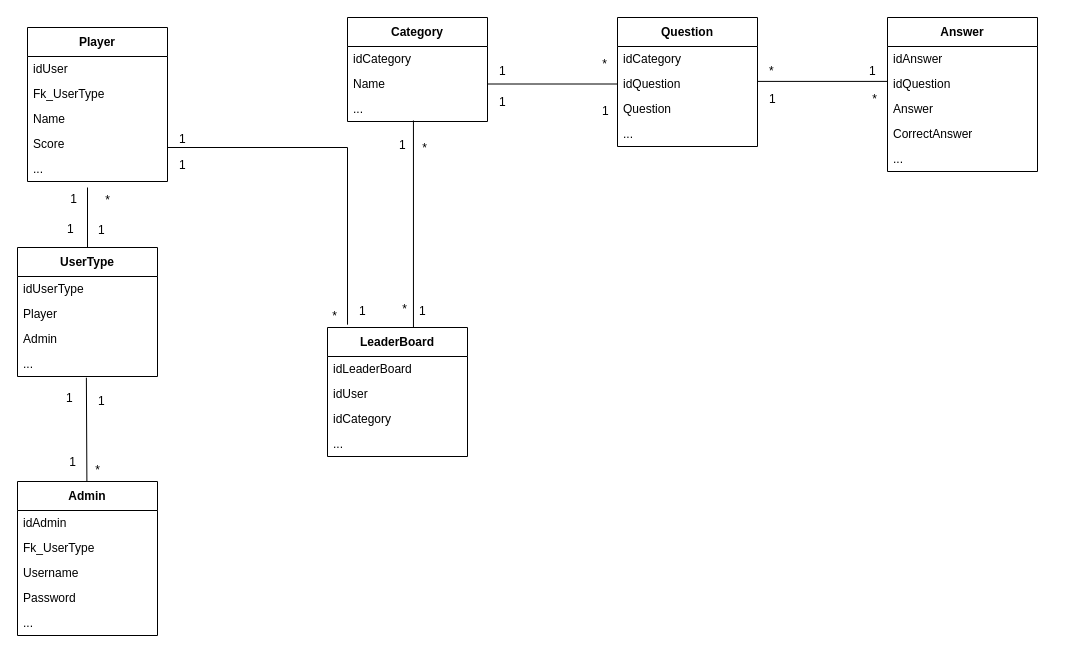
The draw.io diagram File/03MER.drawio in BACHILYEC/PROYECTO-FINAL-PROG-II, before the edit. Source tidied: cells renumbered, new cells numbered last; positions are measured from the earlier drawing's top-left corner, leaving out a move shared by most shapes. Both pictures are drawn from the tidied source at 100%, with x=0, y=0 at pixel (17, 17).
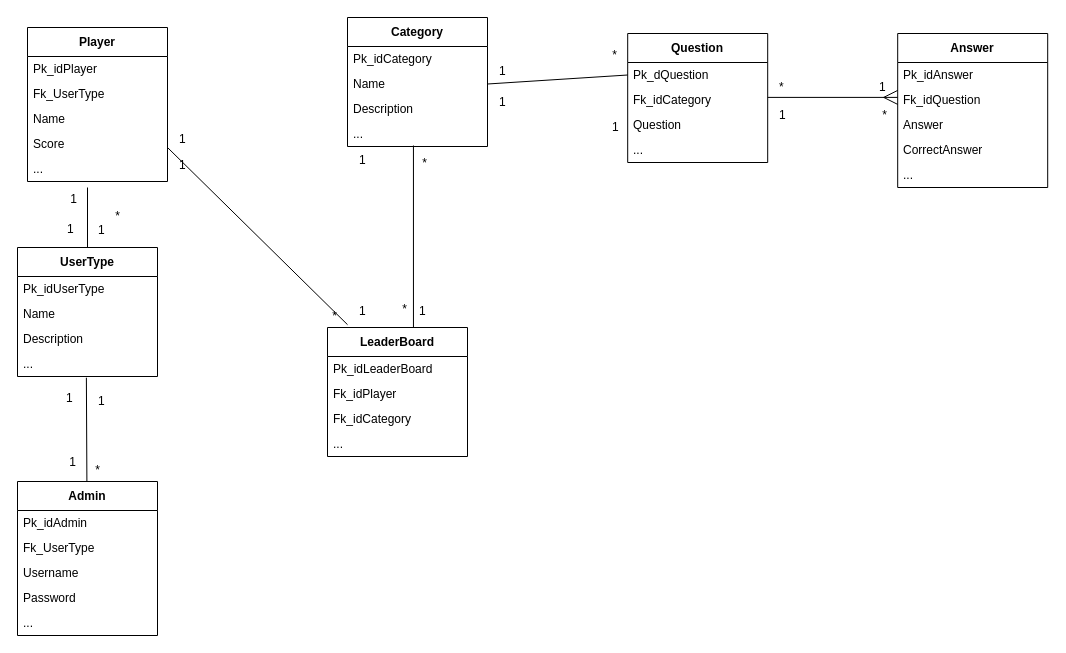
After the change.

Unchanged cells that the change refers to:
```xml
<mxCell id="2" value="Player" style="swimlane;fontStyle=1;align=center;verticalAlign=middle;horizontal=1;startSize=29;html=1;whiteSpace=wrap;" parent="1" vertex="1">
  <mxGeometry x="10" y="10" width="140" height="154" as="geometry" />
</mxCell>
<mxCell id="23" value="LeaderBoard" style="swimlane;fontStyle=1;align=center;verticalAlign=middle;horizontal=1;startSize=29;html=1;whiteSpace=wrap;" parent="1" vertex="1">
  <mxGeometry x="310" y="310" width="140" height="129" as="geometry" />
</mxCell>
<mxCell id="45" value="UserType" style="swimlane;fontStyle=1;align=center;verticalAlign=middle;horizontal=1;startSize=29;html=1;whiteSpace=wrap;" parent="1" vertex="1">
  <mxGeometry y="230" width="140" height="129" as="geometry" />
</mxCell>
<mxCell id="54" value="Admin" style="swimlane;fontStyle=1;align=center;verticalAlign=middle;horizontal=1;startSize=29;html=1;whiteSpace=wrap;" parent="1" vertex="1">
  <mxGeometry y="464" width="140" height="154" as="geometry" />
</mxCell>
```

What changed in the source:
```diff
@@
-    <mxCell id="3" value="&lt;div&gt;idUser&lt;/div&gt;" style="text;html=1;strokeColor=none;fillColor=none;align=left;verticalAlign=middle;spacingLeft=4;spacingRight=4;overflow=hidden;whiteSpace=wrap;" parent="2" vertex="1">
+    <mxCell id="3" value="&lt;div&gt;Pk_idPlayer&lt;/div&gt;" style="text;html=1;strokeColor=none;fillColor=none;align=left;verticalAlign=middle;spacingLeft=4;spacingRight=4;overflow=hidden;whiteSpace=wrap;" parent="2" vertex="1">
       <mxGeometry y="29" width="140" height="25" as="geometry" />
     </mxCell>
@@
     <mxCell id="8" value="Question" style="swimlane;fontStyle=1;align=center;verticalAlign=middle;horizontal=1;startSize=29;html=1;whiteSpace=wrap;" parent="1" vertex="1">
-      <mxGeometry x="600" width="140" height="129" as="geometry" />
+      <mxGeometry x="610.2" y="16" width="140" height="129" as="geometry" />
     </mxCell>
+    <mxCell id="10" value="Pk_dQuestion" style="text;html=1;strokeColor=none;fillColor=none;align=left;verticalAlign=middle;spacingLeft=4;spacingRight=4;overflow=hidden;points=[[0,0.5],[1,0.5]];portConstraint=eastwest;whiteSpace=wrap;" parent="8" vertex="1">
+      <mxGeometry y="29" width="140" height="25" as="geometry" />
+    </mxCell>
-    <mxCell id="9" value="idCategory" style="text;html=1;strokeColor=none;fillColor=none;align=left;verticalAlign=middle;spacingLeft=4;spacingRight=4;overflow=hidden;whiteSpace=wrap;" parent="8" vertex="1">
-      <mxGeometry y="29" width="140" height="25" as="geometry" />
+    <mxCell id="9" value="Fk_idCategory" style="text;html=1;strokeColor=none;fillColor=none;align=left;verticalAlign=middle;spacingLeft=4;spacingRight=4;overflow=hidden;whiteSpace=wrap;" parent="8" vertex="1">
+      <mxGeometry y="54" width="140" height="25" as="geometry" />
     </mxCell>
-    <mxCell id="10" value="idQuestion" style="text;html=1;strokeColor=none;fillColor=none;align=left;verticalAlign=middle;spacingLeft=4;spacingRight=4;overflow=hidden;points=[[0,0.5],[1,0.5]];portConstraint=eastwest;whiteSpace=wrap;" parent="8" vertex="1">
-      <mxGeometry y="54" width="140" height="25" as="geometry" />
-    </mxCell>
@@
     <mxCell id="13" value="Category" style="swimlane;fontStyle=1;align=center;verticalAlign=middle;horizontal=1;startSize=29;html=1;whiteSpace=wrap;" parent="1" vertex="1">
-      <mxGeometry x="330" width="140" height="104" as="geometry" />
+      <mxGeometry x="330" width="140" height="129" as="geometry" />
     </mxCell>
-    <mxCell id="14" value="idCategory" style="text;html=1;strokeColor=none;fillColor=none;align=left;verticalAlign=middle;spacingLeft=4;spacingRight=4;overflow=hidden;whiteSpace=wrap;" parent="13" vertex="1">
+    <mxCell id="14" value="Pk_idCategory" style="text;html=1;strokeColor=none;fillColor=none;align=left;verticalAlign=middle;spacingLeft=4;spacingRight=4;overflow=hidden;whiteSpace=wrap;" parent="13" vertex="1">
       <mxGeometry y="29" width="140" height="25" as="geometry" />
     </mxCell>
@@
+    <mxCell id="72" value="&lt;div&gt;Description&lt;/div&gt;" style="text;html=1;strokeColor=none;fillColor=none;align=left;verticalAlign=middle;spacingLeft=4;spacingRight=4;overflow=hidden;whiteSpace=wrap;" parent="13" vertex="1">
+      <mxGeometry y="79" width="140" height="25" as="geometry" />
+    </mxCell>
     <mxCell id="16" value="&lt;div&gt;...&lt;/div&gt;" style="text;html=1;strokeColor=none;fillColor=none;align=left;verticalAlign=middle;spacingLeft=4;spacingRight=4;overflow=hidden;points=[[0,0.5],[1,0.5]];portConstraint=eastwest;whiteSpace=wrap;" parent="13" vertex="1">
-      <mxGeometry y="79" width="140" height="25" as="geometry" />
+      <mxGeometry y="104" width="140" height="25" as="geometry" />
     </mxCell>
@@
     <mxCell id="22" value="1" style="html=1;align=left;verticalAlign=top;labelBackgroundColor=none;" parent="1" vertex="1">
-      <mxGeometry x="590" y="87" as="geometry">
+      <mxGeometry x="600.2" y="103" as="geometry">
         <mxPoint x="-7" y="-7" as="offset" />
       </mxGeometry>
     </mxCell>
@@
-    <mxCell id="24" value="&lt;div&gt;idLeaderBoard&lt;/div&gt;" style="text;html=1;strokeColor=none;fillColor=none;align=left;verticalAlign=middle;spacingLeft=4;spacingRight=4;overflow=hidden;whiteSpace=wrap;" parent="23" vertex="1">
+    <mxCell id="24" value="&lt;div&gt;Pk_idLeaderBoard&lt;/div&gt;" style="text;html=1;strokeColor=none;fillColor=none;align=left;verticalAlign=middle;spacingLeft=4;spacingRight=4;overflow=hidden;whiteSpace=wrap;" parent="23" vertex="1">
       <mxGeometry y="29" width="140" height="25" as="geometry" />
     </mxCell>
-    <mxCell id="25" value="&lt;div&gt;idUser&lt;/div&gt;" style="text;html=1;strokeColor=none;fillColor=none;align=left;verticalAlign=middle;spacingLeft=4;spacingRight=4;overflow=hidden;whiteSpace=wrap;" parent="23" vertex="1">
+    <mxCell id="25" value="&lt;div&gt;Fk_idPlayer&lt;/div&gt;" style="text;html=1;strokeColor=none;fillColor=none;align=left;verticalAlign=middle;spacingLeft=4;spacingRight=4;overflow=hidden;whiteSpace=wrap;" parent="23" vertex="1">
       <mxGeometry y="54" width="140" height="25" as="geometry" />
     </mxCell>
-    <mxCell id="26" value="idCategory" style="text;html=1;strokeColor=none;fillColor=none;align=left;verticalAlign=middle;spacingLeft=4;spacingRight=4;overflow=hidden;whiteSpace=wrap;" parent="23" vertex="1">
+    <mxCell id="26" value="Fk_idCategory" style="text;html=1;strokeColor=none;fillColor=none;align=left;verticalAlign=middle;spacingLeft=4;spacingRight=4;overflow=hidden;whiteSpace=wrap;" parent="23" vertex="1">
       <mxGeometry y="79" width="140" height="25" as="geometry" />
     </mxCell>
@@
     <mxCell id="28" style="endArrow=none;html=1;rounded=0;align=center;verticalAlign=top;endFill=0;labelBackgroundColor=none;entryX=0.143;entryY=-0.022;entryDx=0;entryDy=0;entryPerimeter=0;" parent="1" edge="1" target="23">
       <mxGeometry relative="1" as="geometry">
         <mxPoint x="150" y="130" as="sourcePoint" />
-        <Array as="points">
-          <mxPoint x="330" y="130" />
-        </Array>
       </mxGeometry>
     </mxCell>
@@
     <mxCell id="35" value="1" style="html=1;align=left;verticalAlign=top;labelBackgroundColor=none;" parent="1" vertex="1">
-      <mxGeometry x="380" y="114" as="geometry" />
+      <mxGeometry x="340" y="129" as="geometry" />
     </mxCell>
@@
     <mxCell id="38" value="*" style="html=1;align=right;verticalAlign=bottom;labelBackgroundColor=none;" parent="1" vertex="1">
-      <mxGeometry x="410" y="139" as="geometry" />
+      <mxGeometry x="410" y="154" as="geometry" />
     </mxCell>
     <mxCell id="39" value="Answer" style="swimlane;fontStyle=1;align=center;verticalAlign=middle;horizontal=1;startSize=29;html=1;whiteSpace=wrap;" parent="1" vertex="1">
-      <mxGeometry x="870" width="150" height="154" as="geometry" />
+      <mxGeometry x="880.2" y="16" width="150" height="154" as="geometry" />
     </mxCell>
-    <mxCell id="40" value="idAnswer" style="text;html=1;strokeColor=none;fillColor=none;align=left;verticalAlign=middle;spacingLeft=4;spacingRight=4;overflow=hidden;whiteSpace=wrap;" parent="39" vertex="1">
+    <mxCell id="40" value="Pk_idAnswer" style="text;html=1;strokeColor=none;fillColor=none;align=left;verticalAlign=middle;spacingLeft=4;spacingRight=4;overflow=hidden;whiteSpace=wrap;" parent="39" vertex="1">
       <mxGeometry y="29" width="150" height="25" as="geometry" />
     </mxCell>
-    <mxCell id="41" value="idQuestion" style="text;html=1;strokeColor=none;fillColor=none;align=left;verticalAlign=middle;spacingLeft=4;spacingRight=4;overflow=hidden;whiteSpace=wrap;" parent="39" vertex="1">
+    <mxCell id="41" value="&lt;span style=&quot;color: rgb(0, 0, 0);&quot;&gt;Fk_&lt;/span&gt;idQuestion" style="text;html=1;strokeColor=none;fillColor=none;align=left;verticalAlign=middle;spacingLeft=4;spacingRight=4;overflow=hidden;whiteSpace=wrap;" parent="39" vertex="1">
       <mxGeometry y="54" width="150" height="25" as="geometry" />
     </mxCell>
@@
-    <mxCell id="46" value="&lt;div&gt;id&lt;span style=&quot;color: rgb(0, 0, 0); text-align: center; background-color: transparent;&quot;&gt;UserType&lt;/span&gt;&lt;/div&gt;" style="text;html=1;strokeColor=none;fillColor=none;align=left;verticalAlign=middle;spacingLeft=4;spacingRight=4;overflow=hidden;whiteSpace=wrap;" parent="45" vertex="1">
+    <mxCell id="46" value="&lt;div&gt;Pk_id&lt;span style=&quot;color: rgb(0, 0, 0); text-align: center; background-color: transparent;&quot;&gt;UserType&lt;/span&gt;&lt;/div&gt;" style="text;html=1;strokeColor=none;fillColor=none;align=left;verticalAlign=middle;spacingLeft=4;spacingRight=4;overflow=hidden;whiteSpace=wrap;" parent="45" vertex="1">
       <mxGeometry y="29" width="140" height="25" as="geometry" />
     </mxCell>
-    <mxCell id="47" value="&lt;div&gt;Player&lt;/div&gt;" style="text;html=1;strokeColor=none;fillColor=none;align=left;verticalAlign=middle;spacingLeft=4;spacingRight=4;overflow=hidden;whiteSpace=wrap;" parent="45" vertex="1">
-      <mxGeometry y="54" width="140" height="25" as="geometry" />
-    </mxCell>
-    <mxCell id="48" value="Admin" style="text;html=1;strokeColor=none;fillColor=none;align=left;verticalAlign=middle;spacingLeft=4;spacingRight=4;overflow=hidden;whiteSpace=wrap;" parent="45" vertex="1">
-      <mxGeometry y="79" width="140" height="25" as="geometry" />
-    </mxCell>
+    <mxCell id="73" value="&lt;div&gt;Name&lt;/div&gt;" style="text;html=1;strokeColor=none;fillColor=none;align=left;verticalAlign=middle;spacingLeft=4;spacingRight=4;overflow=hidden;whiteSpace=wrap;" parent="45" vertex="1">
+      <mxGeometry y="54" width="140" height="25" as="geometry" />
+    </mxCell>
+    <mxCell id="74" value="&lt;div&gt;Description&lt;/div&gt;" style="text;html=1;strokeColor=none;fillColor=none;align=left;verticalAlign=middle;spacingLeft=4;spacingRight=4;overflow=hidden;whiteSpace=wrap;" parent="45" vertex="1">
+      <mxGeometry y="79" width="140" height="25" as="geometry" />
+    </mxCell>
@@
     <mxCell id="53" value="*" style="html=1;align=right;verticalAlign=bottom;labelBackgroundColor=none;" parent="1" vertex="1">
-      <mxGeometry x="600" y="100" as="geometry">
+      <mxGeometry x="610.2" y="116" as="geometry">
         <mxPoint x="-507" y="91" as="offset" />
       </mxGeometry>
     </mxCell>
@@
-    <mxCell id="55" value="&lt;div&gt;id&lt;span style=&quot;color: rgb(0, 0, 0); text-align: center; background-color: transparent;&quot;&gt;Admin&lt;/span&gt;&lt;/div&gt;" style="text;html=1;strokeColor=none;fillColor=none;align=left;verticalAlign=middle;spacingLeft=4;spacingRight=4;overflow=hidden;whiteSpace=wrap;" parent="54" vertex="1">
+    <mxCell id="55" value="&lt;div&gt;Pk_id&lt;span style=&quot;color: rgb(0, 0, 0); text-align: center; background-color: transparent;&quot;&gt;Admin&lt;/span&gt;&lt;/div&gt;" style="text;html=1;strokeColor=none;fillColor=none;align=left;verticalAlign=middle;spacingLeft=4;spacingRight=4;overflow=hidden;whiteSpace=wrap;" parent="54" vertex="1">
       <mxGeometry y="29" width="140" height="25" as="geometry" />
     </mxCell>
@@
-    <mxCell id="66" style="endArrow=none;html=1;rounded=0;align=center;verticalAlign=top;endFill=0;labelBackgroundColor=none;entryX=0;entryY=0.5;entryDx=0;entryDy=0;exitX=1;exitY=0.5;exitDx=0;exitDy=0;" parent="1" edge="1">
+    <mxCell id="66" style="endArrow=ERmany;html=1;rounded=0;align=center;verticalAlign=top;endFill=0;labelBackgroundColor=none;entryX=0;entryY=0.5;entryDx=0;entryDy=0;exitX=1;exitY=0.5;exitDx=0;exitDy=0;endSize=12;" parent="1" edge="1">
       <mxGeometry relative="1" as="geometry">
-        <mxPoint x="740" y="63.9" as="sourcePoint" />
-        <mxPoint x="870" y="63.9" as="targetPoint" />
+        <mxPoint x="750.2" y="79.9" as="sourcePoint" />
+        <mxPoint x="880.2" y="79.9" as="targetPoint" />
       </mxGeometry>
     </mxCell>
@@
     <mxCell id="70" value="1" style="html=1;align=left;verticalAlign=top;labelBackgroundColor=none;" parent="1" vertex="1">
-      <mxGeometry x="850" y="40" as="geometry" />
+      <mxGeometry x="860.2" y="56" as="geometry" />
     </mxCell>
     <mxCell id="71" value="*" style="html=1;align=left;verticalAlign=top;labelBackgroundColor=none;" parent="1" vertex="1">
-      <mxGeometry x="750" y="40" as="geometry" />
+      <mxGeometry x="760.2" y="56" as="geometry" />
     </mxCell>
```
